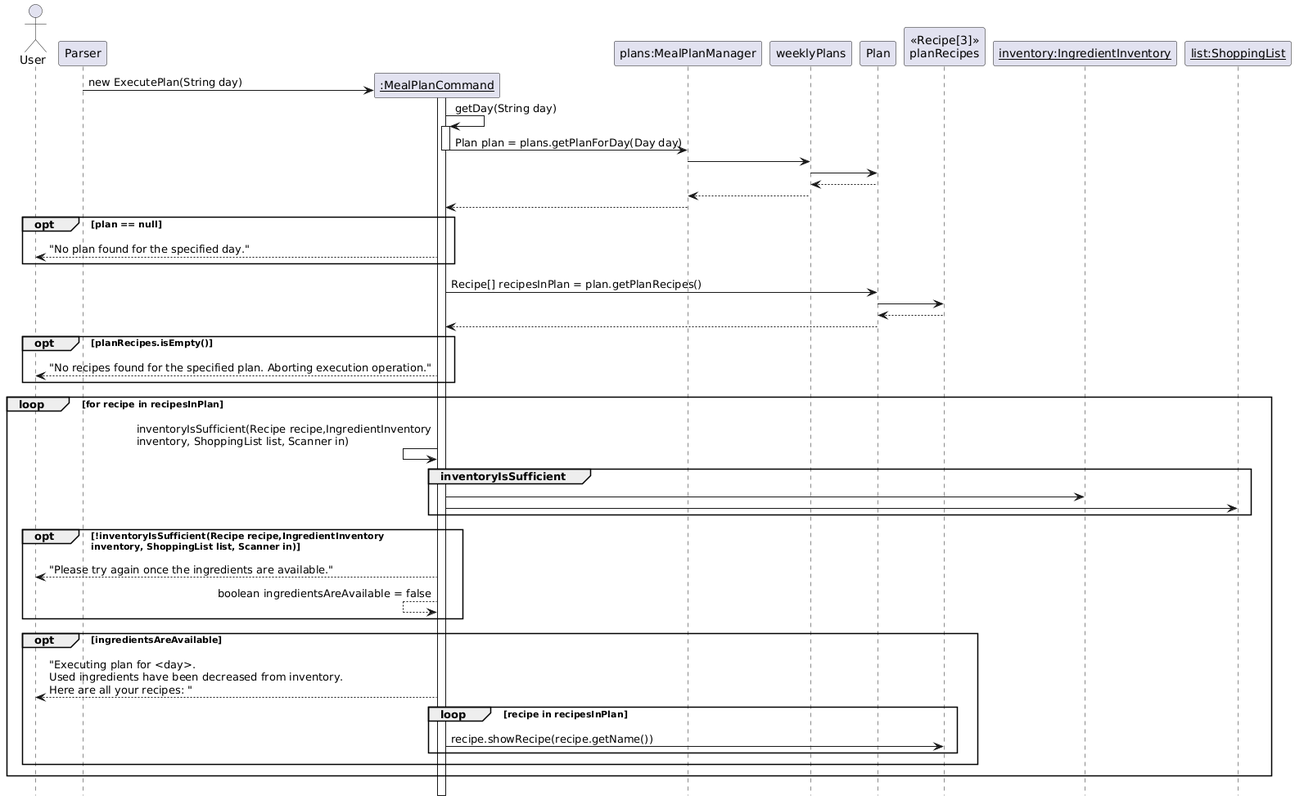
Earlier version of the PlantUML export docs/MealPlanManager_ExecutePlan_UpperFrame_Sequence_Diagram.png (yok2086/tp).
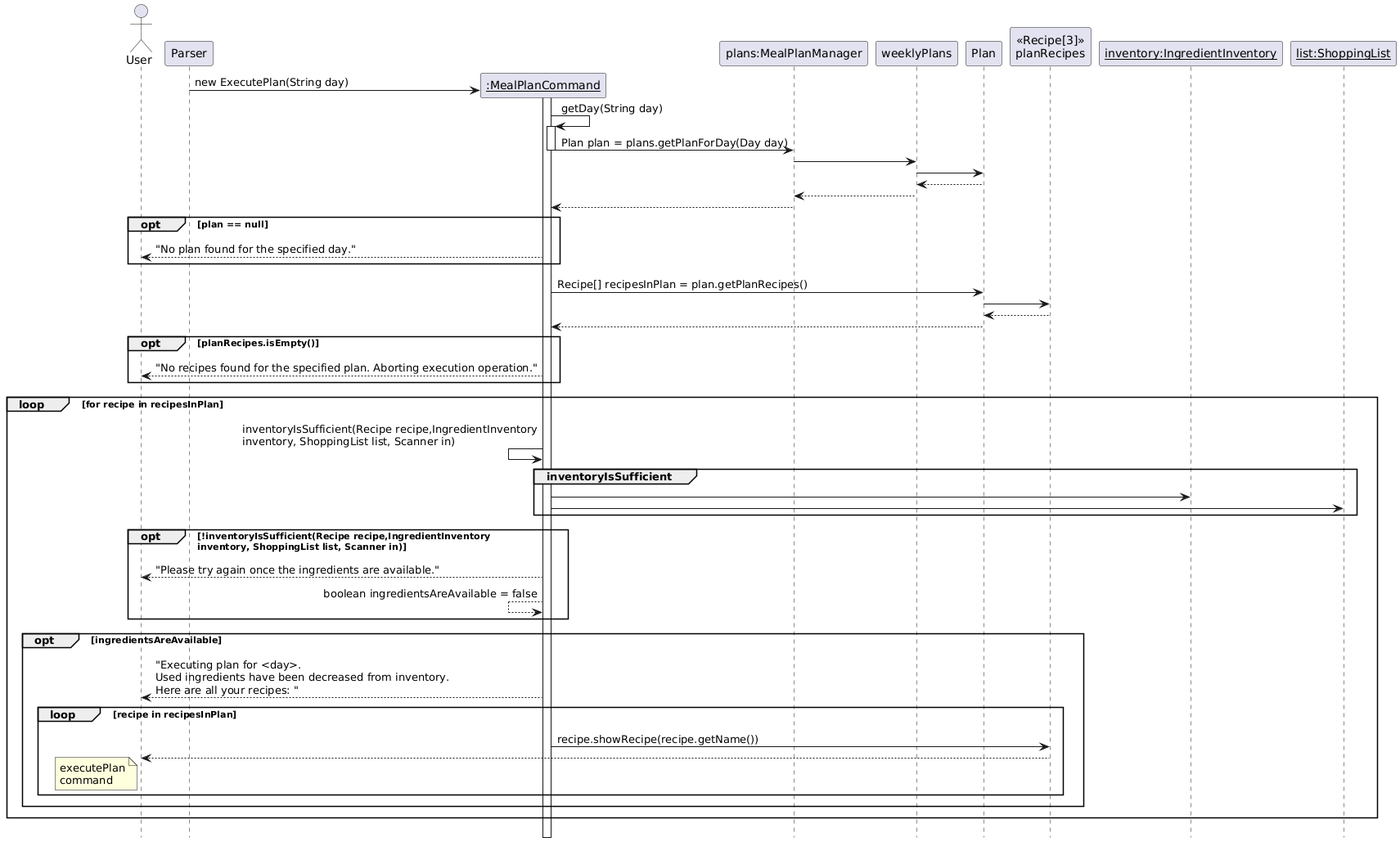
Later version of the same file.

The edit, as a diff of the source:
```diff
@@ -51,4 +51,6 @@
 User <-- MealPlanCommand : "Executing plan for <day>.\nUsed ingredients have been decreased from inventory.\nHere are all your recipes: "
 loop recipe in recipesInPlan
 MealPlanCommand -> planRecipes : recipe.showRecipe(recipe.getName())
+User <-- planRecipes
+note left: executePlan\ncommand
 @enduml
```
